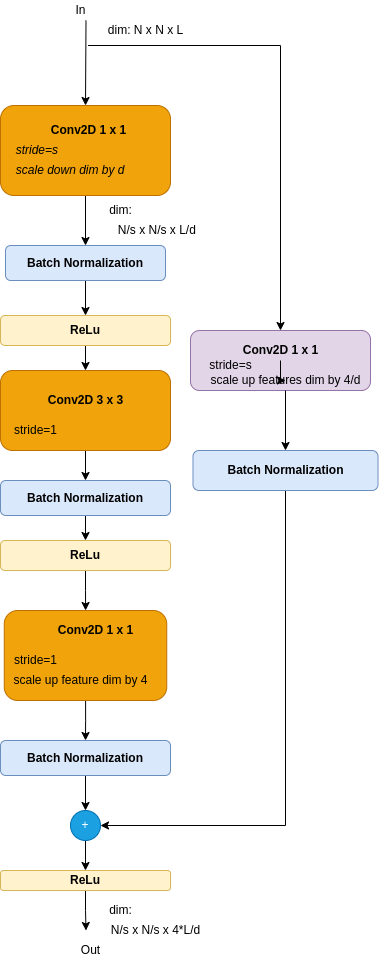
Earlier version of the draw.io export assets/images/cnn-models/deeper-bottleneck-resnet-residual-block-dimenssions-matching-zero-padding.drawio.png (ronen-halevy/ronen-halevy.github.io). Source tidied: cells renumbered, new cells last; positions are measured from the earlier drawing's top-left corner, leaving out a move shared by most shapes.
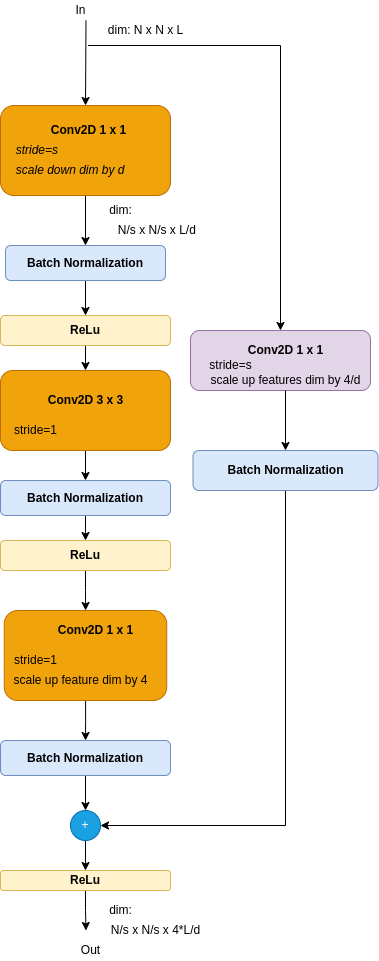
The same file after the commit.

The edit, as a diff of the source:
```diff
@@ -144,11 +144,8 @@
     <mxCell id="43" style="rounded=1;whiteSpace=wrap;html=1;fillColor=#e1d5e7;strokeColor=#9673a6;" parent="1" vertex="1">
       <mxGeometry x="190" y="330" width="180" height="60" as="geometry" />
     </mxCell>
-    <mxCell id="44" style="edgeStyle=orthogonalEdgeStyle;rounded=0;jettySize=auto;html=1;" parent="1" edge="1" source="45" target="48">
-      <mxGeometry relative="1" as="geometry" />
-    </mxCell>
     <mxCell id="45" value="&lt;b&gt;Conv2D 1 x 1&lt;br&gt;&lt;/b&gt;" style="text;html=1;align=center;verticalAlign=middle;points=[];strokeColor=none;fillColor=none;" parent="1" vertex="1">
-      <mxGeometry x="235" y="340" width="90" height="20" as="geometry" />
+      <mxGeometry x="240" y="340" width="90" height="20" as="geometry" />
     </mxCell>
     <mxCell id="46" value="stride=s" style="text;html=1;align=center;verticalAlign=middle;strokeColor=none;fillColor=none;" parent="1" vertex="1">
       <mxGeometry x="200" y="355" width="60" height="20" as="geometry" />
```
